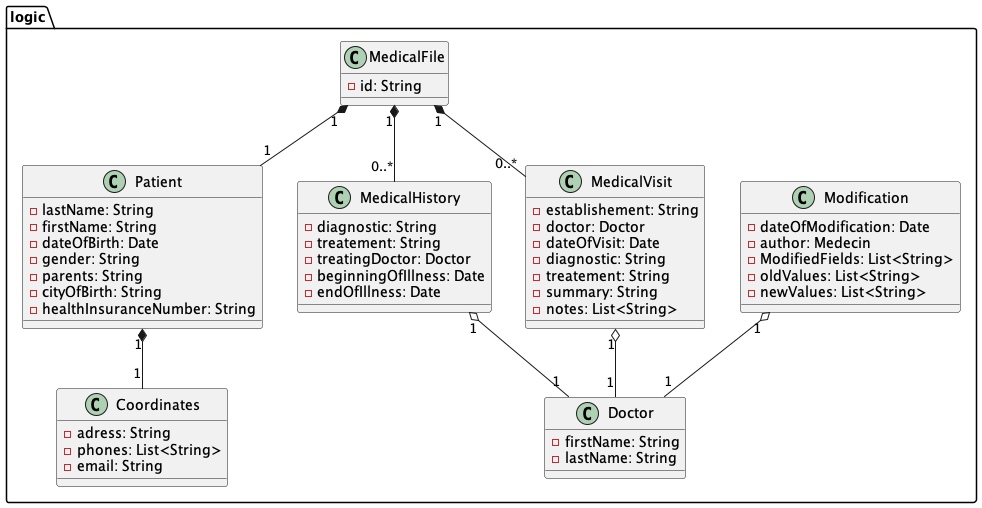
Before: plantUml/class-logic.png, a diagram exported from PlantUML (KevenJAntenor/Quebec-Centralized-Medical-Record-System).
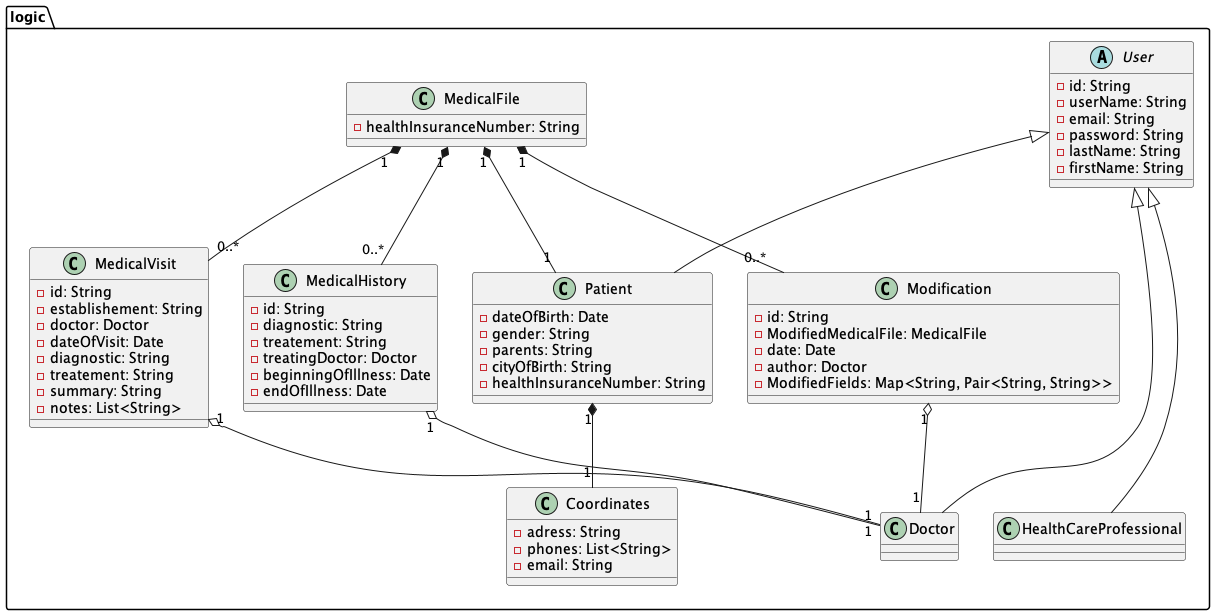
The same file after the commit.

What changed in the source:
```diff
@@ -2,57 +2,72 @@
 
 package "logic"{
 
-class Patient {
-  -lastName: String
-  -firstName: String
-  -dateOfBirth: Date
-  -gender: String
-  -parents: String
-  -cityOfBirth: String
-  -healthInsuranceNumber: String
+  abstract class User {
+    -id: String
+    -userName: String
+    -email: String
+    -password: String
+    -lastName: String
+    -firstName: String
+  }
+together{
+  class Patient extends User {
+    -dateOfBirth: Date
+    -gender: String
+    -parents: String
+    -cityOfBirth: String
+    -healthInsuranceNumber: String
+  }
+
+
+  class Coordinates {
+    -adress: String
+    -phones: List<String>
+    -email: String
+  }
+
+  class MedicalFile {
+    -healthInsuranceNumber: String
+  }
+
+  class MedicalHistory {
+    -id: String
+    -diagnostic: String
+    -treatement: String
+    -treatingDoctor: Doctor
+    -beginningOfIllness: Date
+    -endOfIllness: Date
+  }
+
+  class MedicalVisit {
+    -id: String
+    -establishement: String
+    -doctor: Doctor
+    -dateOfVisit: Date
+    -diagnostic: String
+    -treatement: String
+    -summary: String
+    -notes: List<String>
+  }
 }
 
-class Coordinates {
-  -adress: String
-  -phones: List<String>
-  -email: String
+together{
+  class Doctor extends User {
+  }
+
+  class HealthCareProfessional extends User {
+  }
 }
 
-class MedicalHistory {
-  -diagnostic: String
-  -treatement: String
-  -treatingDoctor: Doctor
-  -beginningOfIllness: Date
-  -endOfIllness: Date
+  class Modification {
+    -id: String
+    -ModifiedMedicalFile: MedicalFile
+    -date: Date
+    -author: Doctor
+    -ModifiedFields: Map<String, Pair<String, String>>
+  }
 }
 
-class MedicalVisit {
-  -establishement: String
-  -doctor: Doctor
-  -dateOfVisit: Date
-  -diagnostic: String
-  -treatement: String
-  -summary: String
-  -notes: List<String>
-}
-
-class MedicalFile {
-  -id: String
-}
-
-class Doctor {
-  -firstName: String
-  -lastName: String
-}
-
-class Modification {
-  -dateOfModification: Date
-  -author: Medecin
-  -ModifiedFields: List<String>
-  -oldValues: List<String>
-  -newValues: List<String>
-}
-}
 
 Patient "1" *-- "1" Coordinates
 
@@ -64,5 +79,7 @@
 MedicalHistory "1" o-- "1" Doctor
 Modification "1" o-- "1" Doctor
 
+MedicalFile "1" *-- "0..*" Modification
+
 
 @enduml
```
